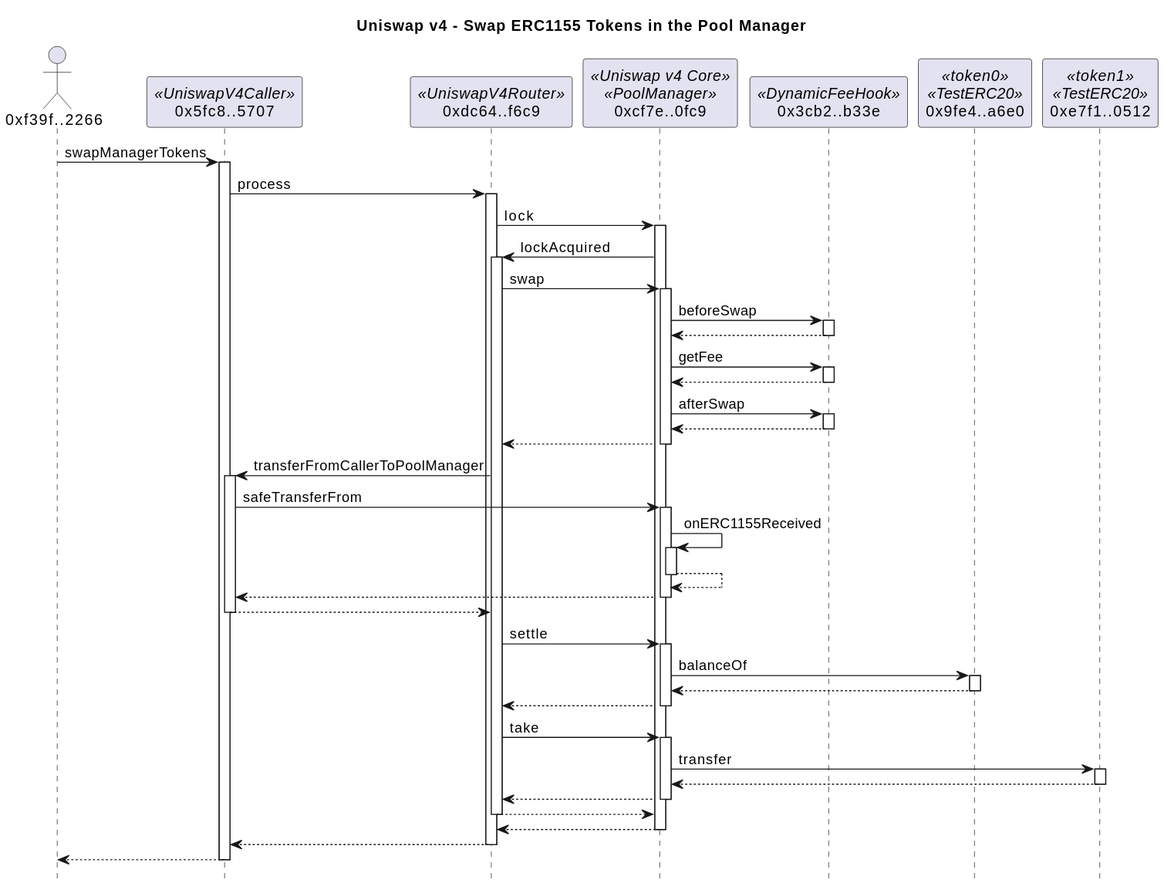
Earlier version of the PlantUML export docs/swapPoolManagerTokensSummary.svg (naddison36/uniswap-v4-hooks).
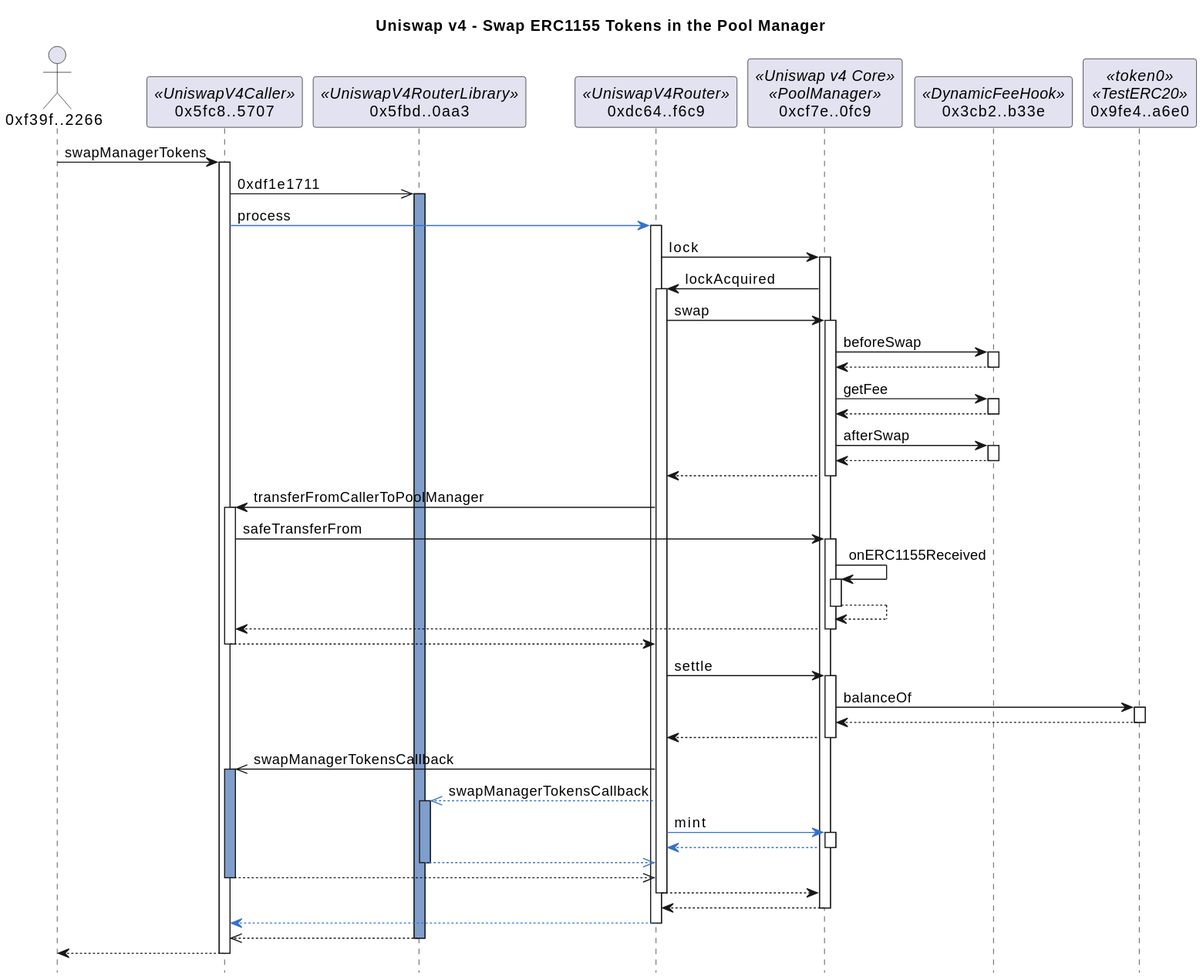
Above is the later version.

Commit message:
Swap of ERC1155 tokens in the Pool Manager

What changed in the source:
```diff
@@ -4,15 +4,17 @@
 
 actor "0xf39f..2266" as f39f2266
 participant "0x5fc8..5707" as 5fc85707 <<UniswapV4Caller>>
+participant "0x5fbd..0aa3" as 5fbd0aa3 <<UniswapV4RouterLibrary>>
 participant "0xdc64..f6c9" as dc64f6c9 <<UniswapV4Router>>
 participant "0xcf7e..0fc9" as cf7e0fc9 <<Uniswap v4 Core>><<PoolManager>>
 participant "0x3cb2..b33e" as 3cb2b33e <<DynamicFeeHook>>
 participant "0x9fe4..a6e0" as 9fe4a6e0 <<token0>><<TestERC20>>
-participant "0xe7f1..0512" as e7f10512 <<token1>><<TestERC20>>
 
 f39f2266 -> 5fc85707: swapManagerTokens
 activate 5fc85707
-5fc85707 -> dc64f6c9: process
+5fc85707 ->> 5fbd0aa3: 0xdf1e1711
+activate 5fbd0aa3 #809ECB
+5fc85707 -[#3471CD]> dc64f6c9: process
 activate dc64f6c9
 dc64f6c9 -> cf7e0fc9: lock
 activate cf7e0fc9
@@ -45,10 +47,14 @@
 activate 9fe4a6e0
 return
 return
-dc64f6c9 -> cf7e0fc9: take
+dc64f6c9 ->> 5fc85707: swapManagerTokensCallback
+activate 5fc85707 #809ECB
+dc64f6c9 --[#3471CD]>> 5fbd0aa3: swapManagerTokensCallback
+activate 5fbd0aa3 #809ECB
+dc64f6c9 -[#3471CD]> cf7e0fc9: mint
 activate cf7e0fc9
-cf7e0fc9 -> e7f10512: transfer
-activate e7f10512
+return
+return
 return
 return
 return
```
